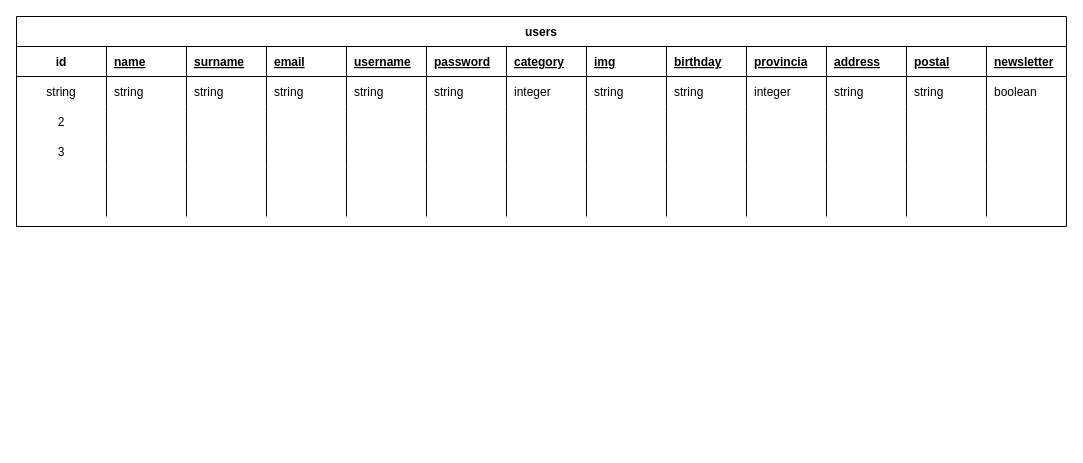
Earlier version of the draw.io diagram Untitled Diagram.drawio (mateocampillo/grupo_5_ropadeportiva). Source tidied: cells renumbered, new cells numbered last; positions are measured from the earlier drawing's top-left corner, leaving out a move shared by most shapes. Both pictures are drawn from the tidied source at 100%, with x=0, y=0 at pixel (16, 16).
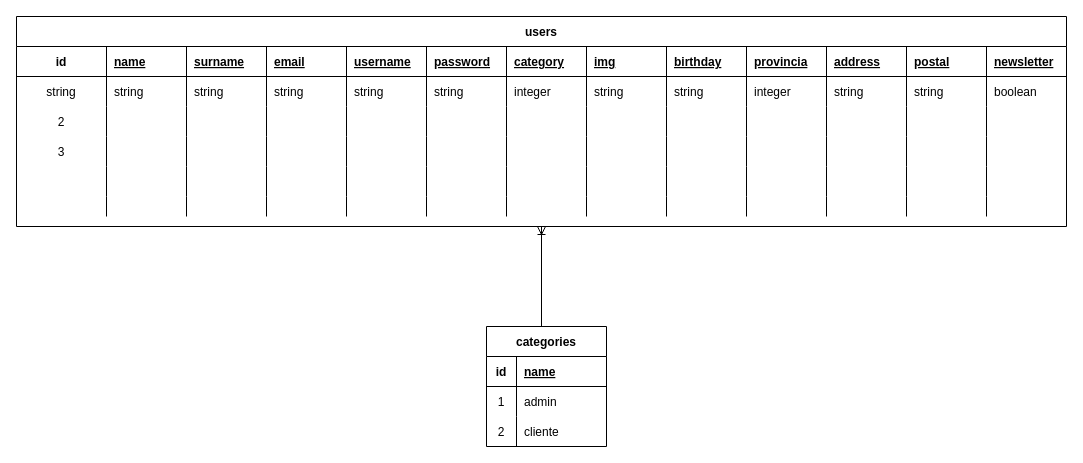
After the change.

Commit message:
tabla categories

The change refers to these unchanged cells:
```xml
<mxCell id="2" value="users" style="shape=table;startSize=30;childLayout=tableLayout;rowLines=0;fontStyle=1;align=center;" parent="1" vertex="1">
  <mxGeometry width="1050" height="210" as="geometry" />
</mxCell>
```

Change to the diagram source:
```diff
@@
+    <mxCell id="87" value="categories" style="shape=table;startSize=30;childLayout=tableLayout;rowLines=0;fontStyle=1;align=center;" parent="1" vertex="1">
+      <mxGeometry x="470" y="310" width="120" height="120" as="geometry" />
+    </mxCell>
+    <mxCell id="88" style="shape=tableRow;horizontal=0;startSize=0;swimlaneHead=0;swimlaneBody=0;fillColor=none;top=0;left=0;right=0;bottom=1;" parent="87" vertex="1">
+      <mxGeometry y="30" width="120" height="30" as="geometry" />
+    </mxCell>
+    <mxCell id="89" value="id" style="shape=partialRectangle;fillColor=none;top=0;left=0;bottom=0;right=0;fontStyle=1;overflow=hidden;" parent="88" vertex="1">
+      <mxGeometry width="30" height="30" as="geometry" />
+    </mxCell>
+    <mxCell id="90" value="name" style="shape=partialRectangle;fillColor=none;top=0;left=0;bottom=0;right=0;align=left;spacingLeft=6;fontStyle=5;overflow=hidden;" parent="88" vertex="1">
+      <mxGeometry x="30" width="90" height="30" as="geometry" />
+    </mxCell>
+    <mxCell id="91" style="shape=tableRow;horizontal=0;startSize=0;swimlaneHead=0;swimlaneBody=0;fillColor=none;top=0;left=0;right=0;bottom=0;" parent="87" vertex="1">
+      <mxGeometry y="60" width="120" height="30" as="geometry" />
+    </mxCell>
+    <mxCell id="92" value="1" style="shape=partialRectangle;fillColor=none;top=0;left=0;bottom=0;right=0;overflow=hidden;" parent="91" vertex="1">
+      <mxGeometry width="30" height="30" as="geometry" />
+    </mxCell>
+    <mxCell id="93" value="admin" style="shape=partialRectangle;fillColor=none;top=0;left=0;bottom=0;right=0;align=left;spacingLeft=6;overflow=hidden;" parent="91" vertex="1">
+      <mxGeometry x="30" width="90" height="30" as="geometry" />
+    </mxCell>
+    <mxCell id="94" style="shape=tableRow;horizontal=0;startSize=0;swimlaneHead=0;swimlaneBody=0;fillColor=none;top=0;left=0;right=0;bottom=0;" parent="87" vertex="1">
+      <mxGeometry y="90" width="120" height="30" as="geometry" />
+    </mxCell>
+    <mxCell id="95" value="2" style="shape=partialRectangle;fillColor=none;top=0;left=0;bottom=0;right=0;overflow=hidden;" parent="94" vertex="1">
+      <mxGeometry width="30" height="30" as="geometry" />
+    </mxCell>
+    <mxCell id="96" value="cliente" style="shape=partialRectangle;fillColor=none;top=0;left=0;bottom=0;right=0;align=left;spacingLeft=6;overflow=hidden;" parent="94" vertex="1">
+      <mxGeometry x="30" width="90" height="30" as="geometry" />
+    </mxCell>
+    <mxCell id="97" style="fontSize=12;html=1;endArrow=ERoneToMany;rounded=0;entryX=0.5;entryY=1;entryDx=0;entryDy=0;" parent="1" edge="1" target="2">
+      <mxGeometry relative="1" as="geometry">
+        <mxPoint x="525" y="310" as="sourcePoint" />
+      </mxGeometry>
+    </mxCell>
```
